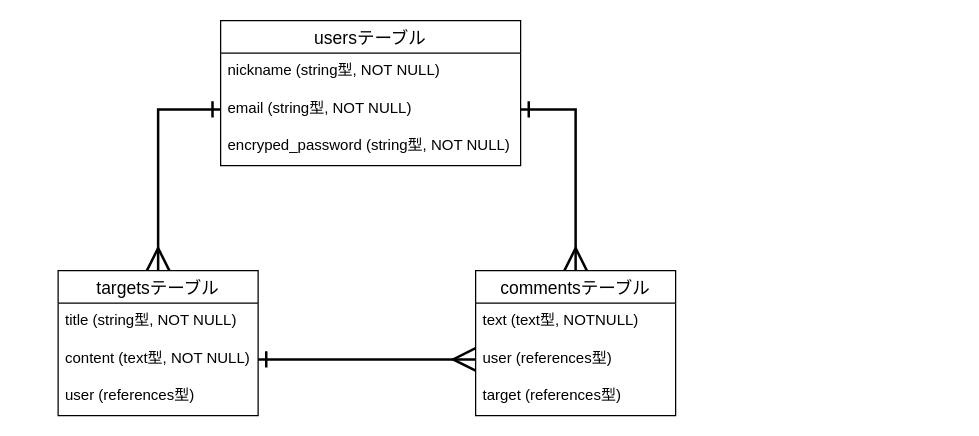
The draw.io diagram test.dio in shizuka-yamamoto/maccho-app, before the edit. Source tidied: cells renumbered, new cells numbered last; positions are measured from the earlier drawing's top-left corner, leaving out a move shared by most shapes. Both pictures are drawn from the tidied source at 125%, with x=0, y=0 at pixel (58, 20).
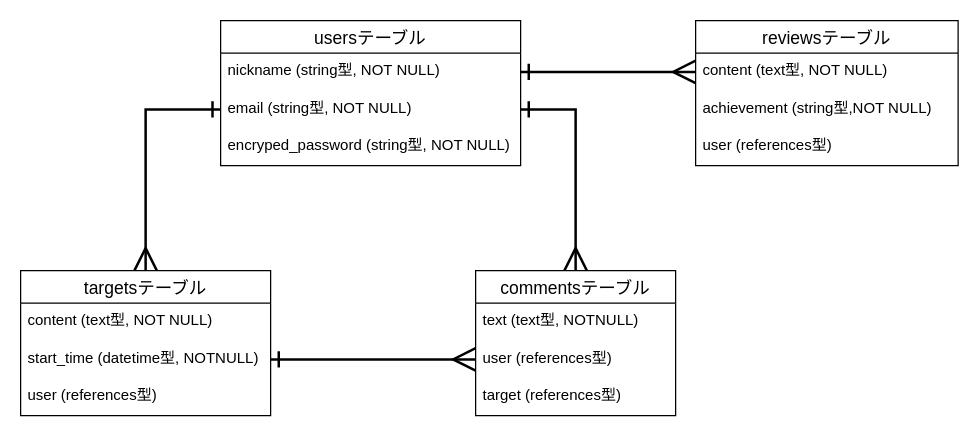
The same page after the edit.

Unchanged cells that the change refers to:
```xml
<mxCell id="3" value="nickname (string型, NOT NULL)" style="text;strokeColor=none;fillColor=none;spacingLeft=4;spacingRight=4;overflow=hidden;points=[[0,0.5],[1,0.5]];portConstraint=eastwest;fontSize=12;" parent="2" vertex="1">
  <mxGeometry y="26" width="240" height="30" as="geometry" />
</mxCell>
<mxCell id="14" value="user (references型)" style="text;strokeColor=none;fillColor=none;spacingLeft=4;spacingRight=4;overflow=hidden;points=[[0,0.5],[1,0.5]];portConstraint=eastwest;fontSize=12;" parent="12" vertex="1">
  <mxGeometry y="56" width="160" height="30" as="geometry" />
</mxCell>
```

What changed in the source:
```diff
@@
     <mxCell id="7" value="targetsテーブル" style="swimlane;fontStyle=0;horizontal=1;startSize=26;align=center;fontSize=14;" parent="1" vertex="1">
-      <mxGeometry y="200" width="160" height="116" as="geometry" />
+      <mxGeometry x="-30" y="200" width="200" height="116" as="geometry" />
     </mxCell>
-    <mxCell id="8" value="title (string型, NOT NULL)" style="text;strokeColor=none;fillColor=none;spacingLeft=4;spacingRight=4;overflow=hidden;fontSize=12;" parent="7" vertex="1">
-      <mxGeometry y="26" width="160" height="30" as="geometry" />
-    </mxCell>
     <mxCell id="9" value="content (text型, NOT NULL)" style="text;strokeColor=none;fillColor=none;spacingLeft=4;spacingRight=4;overflow=hidden;points=[[0,0.5],[1,0.5]];portConstraint=eastwest;fontSize=12;" parent="7" vertex="1">
-      <mxGeometry y="56" width="160" height="30" as="geometry" />
+      <mxGeometry y="26" width="200" height="30" as="geometry" />
     </mxCell>
+    <mxCell id="17" value="start_time (datetime型, NOTNULL)" style="text;strokeColor=none;fillColor=none;spacingLeft=4;spacingRight=4;overflow=hidden;points=[[0,0.5],[1,0.5]];portConstraint=eastwest;fontSize=12;" parent="7" vertex="1">
+      <mxGeometry y="56" width="200" height="30" as="geometry" />
+    </mxCell>
     <mxCell id="10" value="user (references型)" style="text;strokeColor=none;fillColor=none;spacingLeft=4;spacingRight=4;overflow=hidden;fontSize=12;" parent="7" vertex="1">
-      <mxGeometry y="86" width="160" height="30" as="geometry" />
+      <mxGeometry y="86" width="200" height="30" as="geometry" />
     </mxCell>
@@
-    <mxCell id="16" style="edgeStyle=orthogonalEdgeStyle;rounded=0;jettySize=auto;html=1;exitX=1;exitY=0.5;exitDx=0;exitDy=0;entryX=0;entryY=0.5;entryDx=0;entryDy=0;startArrow=ERone;startFill=0;endArrow=ERmany;endFill=0;startSize=10;endSize=15;strokeWidth=2;" parent="1" edge="1" source="9" target="14">
-      <mxGeometry relative="1" as="geometry" />
-    </mxCell>
+    <mxCell id="18" style="edgeStyle=orthogonalEdgeStyle;rounded=0;jettySize=auto;html=1;exitX=1;exitY=0.5;exitDx=0;exitDy=0;entryX=0;entryY=0.5;entryDx=0;entryDy=0;endSize=15;endArrow=ERmany;endFill=0;strokeWidth=2;startSize=10;startArrow=ERone;startFill=0;" parent="1" edge="1" source="17" target="14">
+      <mxGeometry relative="1" as="geometry" />
+    </mxCell>
+    <mxCell id="19" value="reviewsテーブル" style="swimlane;fontStyle=0;horizontal=1;startSize=26;align=center;fontSize=14;" parent="1" vertex="1">
+      <mxGeometry x="510" width="210" height="116" as="geometry" />
+    </mxCell>
+    <mxCell id="20" value="content (text型, NOT NULL)&#10;" style="text;strokeColor=none;fillColor=none;spacingLeft=4;spacingRight=4;overflow=hidden;points=[[0,0.5],[1,0.5]];portConstraint=eastwest;fontSize=12;" parent="19" vertex="1">
+      <mxGeometry y="26" width="210" height="30" as="geometry" />
+    </mxCell>
+    <mxCell id="21" value="achievement (string型,NOT NULL)" style="text;strokeColor=none;fillColor=none;spacingLeft=4;spacingRight=4;overflow=hidden;fontSize=12;" parent="19" vertex="1">
+      <mxGeometry y="56" width="210" height="30" as="geometry" />
+    </mxCell>
+    <mxCell id="22" value="user (references型)" style="text;strokeColor=none;fillColor=none;spacingLeft=4;spacingRight=4;overflow=hidden;fontSize=12;" parent="19" vertex="1">
+      <mxGeometry y="86" width="210" height="30" as="geometry" />
+    </mxCell>
+    <mxCell id="23" style="edgeStyle=orthogonalEdgeStyle;rounded=0;jettySize=auto;html=1;exitX=0;exitY=0.5;exitDx=0;exitDy=0;entryX=1;entryY=0.5;entryDx=0;entryDy=0;startArrow=ERmany;startFill=0;endArrow=ERone;endFill=0;startSize=15;endSize=10;strokeWidth=2;" parent="1" edge="1" source="20" target="3">
+      <mxGeometry relative="1" as="geometry" />
+    </mxCell>
```
